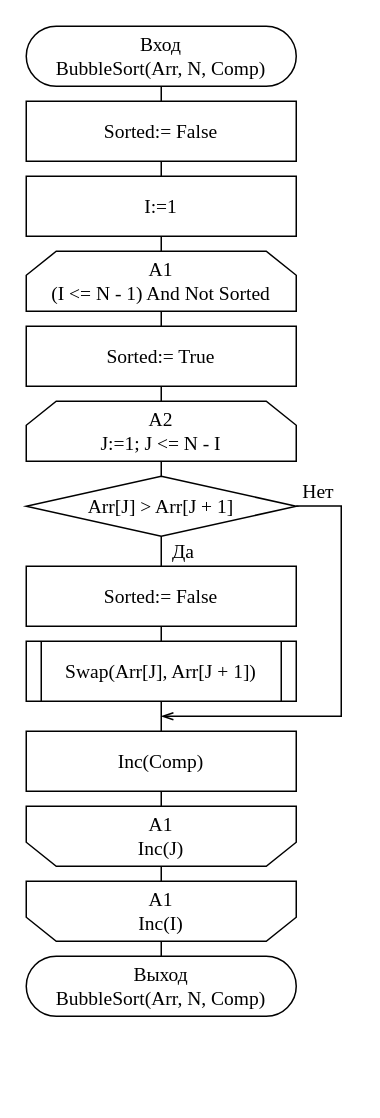
Above: page "Страница 4" (4 of 6) of OAiP/Lab 2.2/Scheme/1.drawio in Hummel009/Delphi-Projects (draw.io), before the change. Source tidied: cells renumbered, new cells numbered last; positions are measured from the earlier drawing's top-left corner, leaving out a move shared by most shapes. Both pictures are drawn from the tidied source at 150%, with x=0, y=0 at pixel (26, 26).
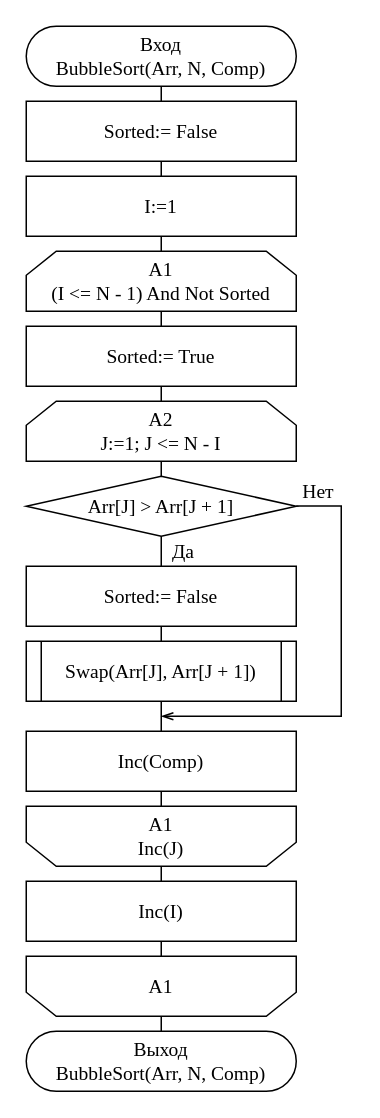
The same diagram, later.

The edit, as a diff of the source:
```diff
@@
     <mxCell id="3" value="Выход&lt;br style=&quot;font-size: 13px&quot;&gt;BubbleSort(Arr, N, Comp)" style="rounded=1;whiteSpace=wrap;html=1;arcSize=50;fontFamily=Times New Roman;fontSize=13;verticalAlign=middle;align=center;" parent="1" vertex="1">
-      <mxGeometry y="620" width="180" height="40" as="geometry" />
+      <mxGeometry y="670" width="180" height="40" as="geometry" />
     </mxCell>
@@
-    <mxCell id="6" value="A1&lt;br style=&quot;font-size: 13px;&quot;&gt;Inc(I)" style="shape=loopLimit;whiteSpace=wrap;html=1;rounded=0;strokeWidth=1;direction=west;fontFamily=Times New Roman;fontSize=13;align=center;verticalAlign=middle;" parent="1" vertex="1">
-      <mxGeometry y="570" width="180" height="40" as="geometry" />
+    <mxCell id="6" value="A1" style="shape=loopLimit;whiteSpace=wrap;html=1;rounded=0;strokeWidth=1;direction=west;fontFamily=Times New Roman;fontSize=13;align=center;verticalAlign=middle;" parent="1" vertex="1">
+      <mxGeometry y="620" width="180" height="40" as="geometry" />
     </mxCell>
@@
+    <mxCell id="22" value="Inc(I)" style="rounded=0;whiteSpace=wrap;html=1;fontSize=13;fontFamily=Times New Roman;align=center;verticalAlign=middle;" parent="1" vertex="1">
+      <mxGeometry y="570" width="180" height="40" as="geometry" />
+    </mxCell>
```
